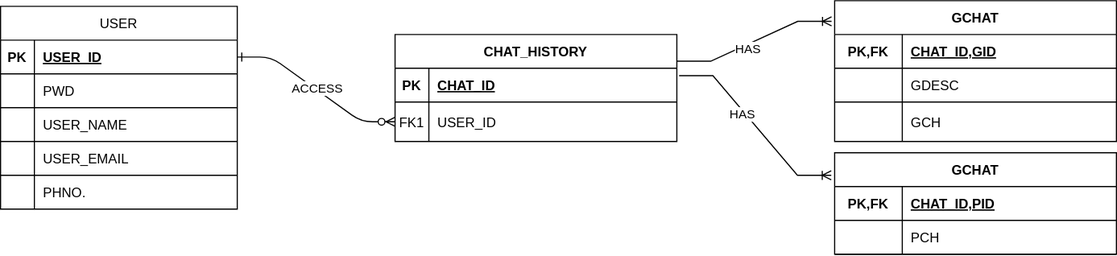
Vaishakh-Nambiar/CGKG keeps this draw.io diagram as Untitled Diagram.drawio.svg. Above is the earlier version. Source tidied: cells renumbered, new cells last; positions are measured from the earlier drawing's top-left corner, leaving out a move shared by most shapes.
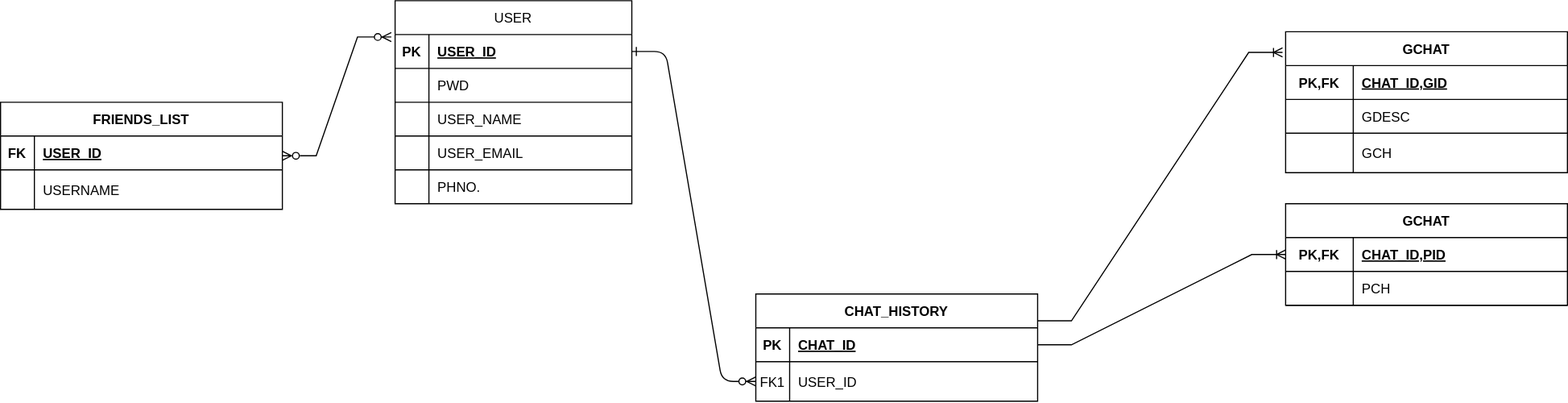
Above is the later version.

Diff of the diagram source:
```diff
@@ -5,13 +5,8 @@
     <mxCell id="2" style="edgeStyle=entityRelationEdgeStyle;endArrow=ERzeroToMany;startArrow=ERone;endFill=1;startFill=0;" parent="1" edge="1" source="12" target="8">
       <mxGeometry relative="1" as="geometry" />
     </mxCell>
-    <mxCell id="3" value="ACCESS" style="edgeLabel;html=1;align=center;verticalAlign=middle;" parent="2" vertex="1">
-      <mxGeometry x="-0.01" y="2" relative="1" as="geometry">
-        <mxPoint y="1" as="offset" />
-      </mxGeometry>
-    </mxCell>
     <mxCell id="4" value="CHAT_HISTORY" style="shape=table;startSize=30;rowLines=0;fontStyle=1;align=center;" parent="1" vertex="1">
-      <mxGeometry x="350" y="30" width="250" height="95" as="geometry" />
+      <mxGeometry x="510" y="405" width="250" height="95" as="geometry" />
     </mxCell>
     <mxCell id="5" style="shape=partialRectangle;fillColor=none;points=[[0,0.5],[1,0.5]];portConstraint=eastwest;top=0;left=0;right=0;bottom=1;" parent="4" vertex="1">
       <mxGeometry y="30" width="250" height="30" as="geometry" />
@@ -32,7 +27,7 @@
       <mxGeometry x="30" width="220" height="35" as="geometry" />
     </mxCell>
     <mxCell id="11" value="USER" style="shape=table;startSize=30;rowLines=0;fontStyle=0;align=center;" parent="1" vertex="1">
-      <mxGeometry y="5" width="210" height="180" as="geometry" />
+      <mxGeometry x="190" y="145" width="210" height="180" as="geometry" />
     </mxCell>
     <mxCell id="12" style="shape=partialRectangle;fillColor=none;points=[[0,0.5],[1,0.5]];portConstraint=eastwest;top=0;left=0;right=0;bottom=1;" parent="11" vertex="1">
       <mxGeometry y="30" width="210" height="30" as="geometry" />
@@ -80,7 +75,7 @@
       <mxGeometry x="30" width="180" height="30" as="geometry" />
     </mxCell>
     <mxCell id="27" value="GCHAT" style="shape=table;startSize=30;rowLines=0;fontStyle=1;align=center;" parent="1" vertex="1">
-      <mxGeometry x="740" width="250" height="125" as="geometry" />
+      <mxGeometry x="980" y="172.5" width="250" height="125" as="geometry" />
     </mxCell>
     <mxCell id="28" style="shape=partialRectangle;fillColor=none;top=0;left=0;right=0;bottom=1;" parent="27" vertex="1">
       <mxGeometry y="30" width="250" height="30" as="geometry" />
@@ -112,11 +107,8 @@
     <mxCell id="37" style="edgeStyle=entityRelationEdgeStyle;fontSize=12;html=1;endArrow=ERoneToMany;rounded=0;entryX=-0.011;entryY=0.147;entryDx=0;entryDy=0;exitX=1;exitY=0.25;exitDx=0;exitDy=0;entryPerimeter=0;" parent="1" edge="1" source="4" target="27">
       <mxGeometry relative="1" as="geometry" />
     </mxCell>
-    <mxCell id="38" value="HAS" style="edgeLabel;html=1;align=center;verticalAlign=middle;" parent="37" vertex="1">
-      <mxGeometry x="-0.1" y="-3" relative="1" as="geometry" />
-    </mxCell>
     <mxCell id="39" value="GCHAT" style="shape=table;startSize=30;rowLines=0;fontStyle=1;align=center;" parent="1" vertex="1">
-      <mxGeometry x="740" y="135" width="250" height="90" as="geometry" />
+      <mxGeometry x="980" y="325" width="250" height="90" as="geometry" />
     </mxCell>
     <mxCell id="40" style="shape=partialRectangle;fillColor=none;points=[[0,0.5],[1,0.5]];portConstraint=eastwest;top=0;left=0;right=0;bottom=1;" parent="39" vertex="1">
       <mxGeometry y="30" width="250" height="30" as="geometry" />
@@ -136,15 +128,32 @@
     <mxCell id="45" value="PCH" style="shape=partialRectangle;overflow=hidden;fillColor=none;top=0;left=0;bottom=0;right=0;align=left;spacingLeft=6;fontStyle=0;" parent="43" vertex="1">
       <mxGeometry x="60" width="190" height="30" as="geometry" />
     </mxCell>
-    <mxCell id="46" style="edgeStyle=entityRelationEdgeStyle;fontSize=12;html=1;endArrow=ERoneToMany;rounded=0;exitX=1.008;exitY=0.22;exitDx=0;exitDy=0;exitPerimeter=0;" parent="1" edge="1" source="5">
-      <mxGeometry relative="1" as="geometry">
-        <mxPoint x="737" y="155" as="targetPoint" />
-      </mxGeometry>
+    <mxCell id="46" style="edgeStyle=entityRelationEdgeStyle;fontSize=12;html=1;endArrow=ERoneToMany;rounded=0;entryX=0;entryY=0.5;entryDx=0;entryDy=0;exitX=1;exitY=0.5;exitDx=0;exitDy=0;" parent="1" edge="1" source="5" target="40">
+      <mxGeometry relative="1" as="geometry" />
     </mxCell>
-    <mxCell id="47" value="HAS" style="edgeLabel;html=1;align=center;verticalAlign=middle;" parent="46" vertex="1">
-      <mxGeometry x="-0.18" y="-3" relative="1" as="geometry">
-        <mxPoint x="1" as="offset" />
-      </mxGeometry>
-    </mxCell>
+    <mxCell id="48" style="edgeStyle=entityRelationEdgeStyle;fontSize=12;html=1;endArrow=ERzeroToMany;startArrow=ERzeroToMany;rounded=0;entryX=-0.016;entryY=0.073;entryDx=0;entryDy=0;entryPerimeter=0;startFill=0;" parent="1" edge="1" source="49" target="12">
+      <mxGeometry relative="1" as="geometry" />
+    </mxCell>
+    <mxCell id="49" value="FRIENDS_LIST" style="shape=table;startSize=30;rowLines=0;fontStyle=1;align=center;" parent="1" vertex="1">
+      <mxGeometry x="-160" y="235" width="250" height="95" as="geometry" />
+    </mxCell>
+    <mxCell id="50" style="shape=partialRectangle;fillColor=none;top=0;left=0;right=0;bottom=1;" parent="49" vertex="1">
+      <mxGeometry y="30" width="250" height="30" as="geometry" />
+    </mxCell>
+    <mxCell id="51" value="FK" style="shape=partialRectangle;overflow=hidden;fillColor=none;top=0;left=0;bottom=0;right=0;fontStyle=1;" parent="50" vertex="1">
+      <mxGeometry width="30" height="30" as="geometry" />
+    </mxCell>
+    <mxCell id="52" value="USER_ID" style="shape=partialRectangle;overflow=hidden;fillColor=none;top=0;left=0;bottom=0;right=0;align=left;spacingLeft=6;fontStyle=5;" parent="50" vertex="1">
+      <mxGeometry x="30" width="220" height="30" as="geometry" />
+    </mxCell>
+    <mxCell id="53" style="shape=partialRectangle;fillColor=none;top=0;left=0;right=0;bottom=0;" parent="49" vertex="1">
+      <mxGeometry y="60" width="250" height="35" as="geometry" />
+    </mxCell>
+    <mxCell id="54" style="shape=partialRectangle;overflow=hidden;fillColor=none;top=0;left=0;bottom=0;right=0;" parent="53" vertex="1">
+      <mxGeometry width="30" height="35" as="geometry" />
+    </mxCell>
+    <mxCell id="55" value="USERNAME" style="shape=partialRectangle;overflow=hidden;fillColor=none;top=0;left=0;bottom=0;right=0;align=left;spacingLeft=6;" parent="53" vertex="1">
+      <mxGeometry x="30" width="220" height="35" as="geometry" />
+    </mxCell>
   </root>
 </mxGraphModel>
```
